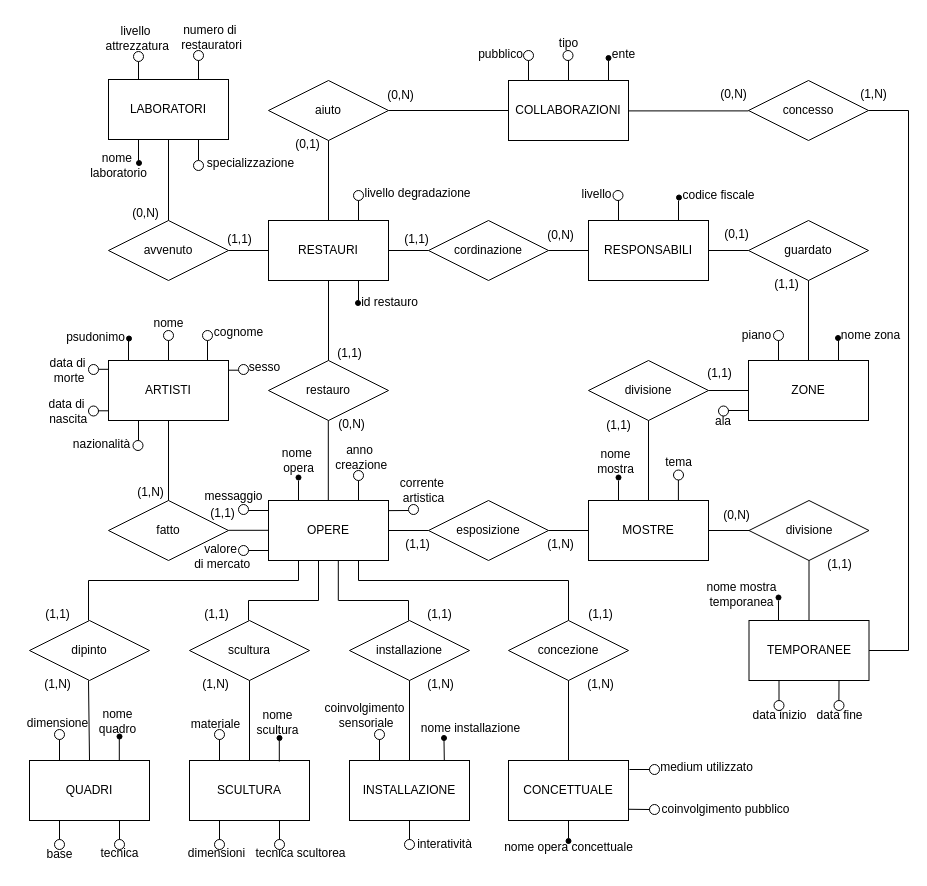
Earlier version of the draw.io diagram doc/museo-ristrutturato.drawio (ColdBerri/Database-Unipd-2025). Source tidied: cells renumbered, new cells numbered last; positions are measured from the earlier drawing's top-left corner, leaving out a move shared by most shapes. Both pictures are drawn from the tidied source at 100%, with x=0, y=0 at pixel (17, 17).
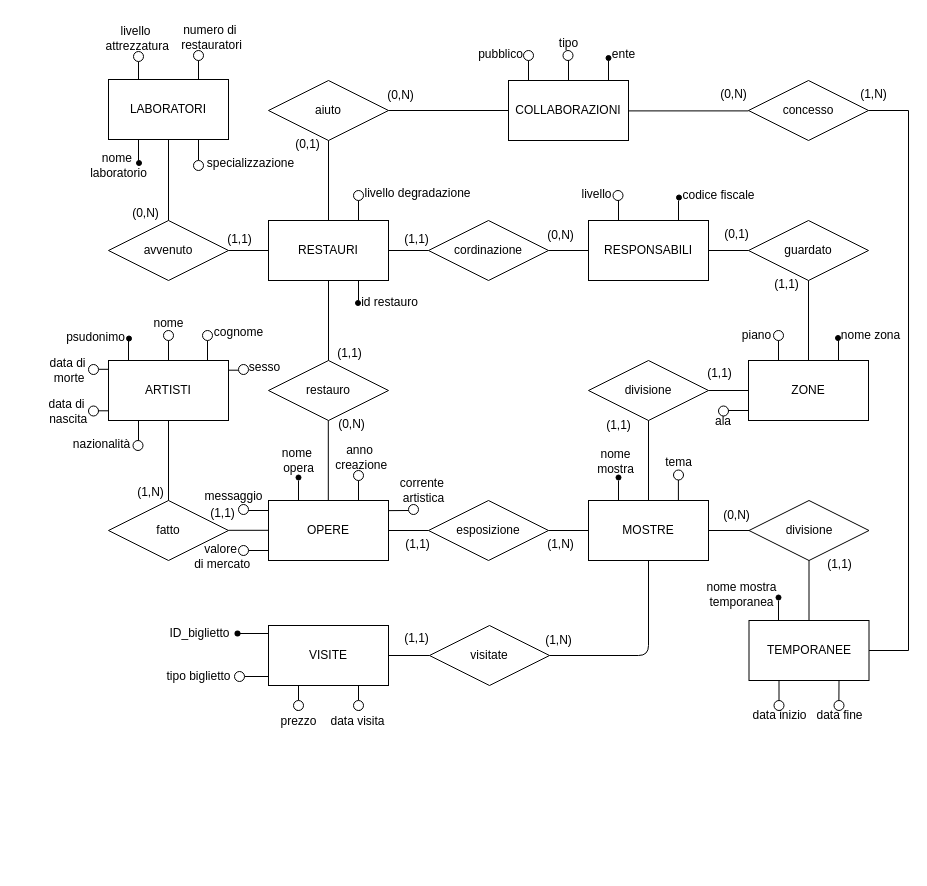
The same page after the edit.

Unchanged cells that the change refers to:
```xml
<mxCell id="18" value="MOSTRE" style="rounded=0;whiteSpace=wrap;html=1;" parent="1" vertex="1">
  <mxGeometry x="571" y="483" width="120" height="60" as="geometry" />
</mxCell>
```

The edit, as a diff of the source:
```diff
@@
-    <mxCell id="5" value="QUADRI" style="rounded=0;whiteSpace=wrap;html=1;" parent="1" vertex="1">
-      <mxGeometry x="12" y="743" width="120" height="60" as="geometry" />
-    </mxCell>
-    <mxCell id="6" value="SCULTURA" style="rounded=0;whiteSpace=wrap;html=1;" parent="1" vertex="1">
-      <mxGeometry x="172" y="743" width="120" height="60" as="geometry" />
-    </mxCell>
-    <mxCell id="7" value="INSTALLAZIONE" style="rounded=0;whiteSpace=wrap;html=1;" parent="1" vertex="1">
-      <mxGeometry x="332" y="743" width="120" height="60" as="geometry" />
-    </mxCell>
-    <mxCell id="8" value="CONCETTUALE" style="rounded=0;whiteSpace=wrap;html=1;" parent="1" vertex="1">
-      <mxGeometry x="491" y="743" width="120" height="60" as="geometry" />
-    </mxCell>
@@
-    <mxCell id="72" value="base" style="text;html=1;align=center;verticalAlign=middle;strokeColor=none;fillColor=none;" parent="1" vertex="1">
-      <mxGeometry x="17" y="822" width="50" height="30" as="geometry" />
-    </mxCell>
-    <mxCell id="73" value="dimensione" style="text;html=1;align=center;verticalAlign=middle;strokeColor=none;fillColor=none;" parent="1" vertex="1">
-      <mxGeometry y="691" width="80" height="30" as="geometry" />
-    </mxCell>
-    <mxCell id="74" value="tecnica" style="text;html=1;align=center;verticalAlign=middle;strokeColor=none;fillColor=none;" parent="1" vertex="1">
-      <mxGeometry x="72" y="821" width="60" height="30" as="geometry" />
-    </mxCell>
-    <mxCell id="75" value="dimensioni" style="text;html=1;align=center;verticalAlign=middle;strokeColor=none;fillColor=none;" parent="1" vertex="1">
-      <mxGeometry x="159" y="821" width="80" height="30" as="geometry" />
-    </mxCell>
-    <mxCell id="76" value="materiale" style="text;html=1;align=center;verticalAlign=middle;strokeColor=none;fillColor=none;" parent="1" vertex="1">
-      <mxGeometry x="163" y="692" width="70" height="30" as="geometry" />
-    </mxCell>
-    <mxCell id="77" value="tecnica scultorea" style="text;html=1;align=center;verticalAlign=middle;strokeColor=none;fillColor=none;" parent="1" vertex="1">
-      <mxGeometry x="228" y="821" width="110" height="30" as="geometry" />
-    </mxCell>
-    <mxCell id="78" value="coinvolgimento&lt;div&gt;&amp;nbsp;sensoriale&lt;/div&gt;" style="text;html=1;align=center;verticalAlign=middle;strokeColor=none;fillColor=none;" parent="1" vertex="1">
-      <mxGeometry x="297" y="678" width="100" height="40" as="geometry" />
-    </mxCell>
-    <mxCell id="79" value="interatività" style="text;html=1;align=center;verticalAlign=middle;strokeColor=none;fillColor=none;" parent="1" vertex="1">
-      <mxGeometry x="387" y="812" width="80" height="30" as="geometry" />
-    </mxCell>
-    <mxCell id="80" value="medium utilizzato" style="text;html=1;align=center;verticalAlign=middle;strokeColor=none;fillColor=none;" parent="1" vertex="1">
-      <mxGeometry x="629" y="735" width="120" height="30" as="geometry" />
-    </mxCell>
-    <mxCell id="81" value="coinvolgimento pubblico" style="text;html=1;align=center;verticalAlign=middle;strokeColor=none;fillColor=none;" parent="1" vertex="1">
-      <mxGeometry x="633" y="777" width="150" height="30" as="geometry" />
-    </mxCell>
-    <mxCell id="82" style="ellipse;whiteSpace=wrap;html=1;" parent="1" vertex="1">
-      <mxGeometry x="632" y="787" width="10" height="10" as="geometry" />
-    </mxCell>
-    <mxCell id="83" style="ellipse;whiteSpace=wrap;html=1;" parent="1" vertex="1">
-      <mxGeometry x="632" y="747" width="10" height="10" as="geometry" />
-    </mxCell>
-    <mxCell id="84" style="endArrow=none;html=1;rounded=0;entryX=0;entryY=0.5;entryDx=0;entryDy=0;" parent="1" edge="1" target="83">
-      <mxGeometry relative="1" as="geometry">
-        <mxPoint x="612" y="752" as="sourcePoint" />
-      </mxGeometry>
-    </mxCell>
-    <mxCell id="85" style="endArrow=none;html=1;rounded=0;exitX=1.003;exitY=0.813;exitDx=0;exitDy=0;exitPerimeter=0;entryX=0;entryY=0.5;entryDx=0;entryDy=0;" parent="1" edge="1" source="8" target="82">
-      <mxGeometry relative="1" as="geometry" />
-    </mxCell>
-    <mxCell id="86" style="ellipse;whiteSpace=wrap;html=1;" parent="1" vertex="1">
-      <mxGeometry x="357" y="712" width="10" height="10" as="geometry" />
-    </mxCell>
-    <mxCell id="87" style="ellipse;whiteSpace=wrap;html=1;" parent="1" vertex="1">
-      <mxGeometry x="387" y="822" width="10" height="10" as="geometry" />
-    </mxCell>
-    <mxCell id="88" style="endArrow=none;html=1;rounded=0;entryX=0.5;entryY=1;entryDx=0;entryDy=0;exitX=0.25;exitY=0;exitDx=0;exitDy=0;" parent="1" edge="1" source="7" target="86">
-      <mxGeometry relative="1" as="geometry" />
-    </mxCell>
-    <mxCell id="89" style="endArrow=none;html=1;rounded=0;entryX=0.5;entryY=1;entryDx=0;entryDy=0;exitX=0.5;exitY=0;exitDx=0;exitDy=0;" parent="1" edge="1" source="87" target="7">
-      <mxGeometry relative="1" as="geometry" />
-    </mxCell>
-    <mxCell id="90" style="ellipse;whiteSpace=wrap;html=1;" parent="1" vertex="1">
-      <mxGeometry x="257" y="822" width="10" height="10" as="geometry" />
-    </mxCell>
-    <mxCell id="91" style="ellipse;whiteSpace=wrap;html=1;" parent="1" vertex="1">
-      <mxGeometry x="197" y="822" width="10" height="10" as="geometry" />
-    </mxCell>
-    <mxCell id="92" style="ellipse;whiteSpace=wrap;html=1;" parent="1" vertex="1">
-      <mxGeometry x="197" y="712" width="10" height="10" as="geometry" />
-    </mxCell>
-    <mxCell id="93" style="endArrow=none;html=1;rounded=0;entryX=0.25;entryY=0;entryDx=0;entryDy=0;exitX=0.5;exitY=1;exitDx=0;exitDy=0;" parent="1" edge="1" source="92" target="6">
-      <mxGeometry relative="1" as="geometry" />
-    </mxCell>
-    <mxCell id="94" style="endArrow=none;html=1;rounded=0;entryX=0.25;entryY=1;entryDx=0;entryDy=0;" parent="1" edge="1" target="6">
-      <mxGeometry relative="1" as="geometry">
-        <mxPoint x="202" y="822" as="sourcePoint" />
-      </mxGeometry>
-    </mxCell>
-    <mxCell id="95" style="endArrow=none;html=1;rounded=0;entryX=0.75;entryY=1;entryDx=0;entryDy=0;" parent="1" edge="1" target="6">
-      <mxGeometry relative="1" as="geometry">
-        <mxPoint x="262" y="822" as="sourcePoint" />
-      </mxGeometry>
-    </mxCell>
-    <mxCell id="96" style="endArrow=none;html=1;rounded=0;entryX=0.25;entryY=1;entryDx=0;entryDy=0;" parent="1" edge="1" target="5">
-      <mxGeometry relative="1" as="geometry">
-        <mxPoint x="42" y="822" as="sourcePoint" />
-      </mxGeometry>
-    </mxCell>
-    <mxCell id="97" style="endArrow=none;html=1;rounded=0;entryX=0.75;entryY=1;entryDx=0;entryDy=0;" parent="1" edge="1" target="5">
-      <mxGeometry relative="1" as="geometry">
-        <mxPoint x="102" y="822" as="sourcePoint" />
-      </mxGeometry>
-    </mxCell>
-    <mxCell id="98" style="endArrow=none;html=1;rounded=0;exitX=0.25;exitY=0;exitDx=0;exitDy=0;" parent="1" edge="1" source="5">
-      <mxGeometry relative="1" as="geometry">
-        <mxPoint x="42" y="722" as="targetPoint" />
-      </mxGeometry>
-    </mxCell>
-    <mxCell id="99" style="ellipse;whiteSpace=wrap;html=1;" parent="1" vertex="1">
-      <mxGeometry x="97" y="822" width="10" height="10" as="geometry" />
-    </mxCell>
-    <mxCell id="100" style="ellipse;whiteSpace=wrap;html=1;" parent="1" vertex="1">
-      <mxGeometry x="37" y="822" width="10" height="10" as="geometry" />
-    </mxCell>
-    <mxCell id="101" style="ellipse;whiteSpace=wrap;html=1;" parent="1" vertex="1">
-      <mxGeometry x="37" y="712" width="10" height="10" as="geometry" />
-    </mxCell>
@@
-    <mxCell id="180" style="endArrow=none;html=1;rounded=0;" parent="1" edge="1">
-      <mxGeometry relative="1" as="geometry">
-        <mxPoint x="281" y="563" as="sourcePoint" />
-        <mxPoint x="281" y="543" as="targetPoint" />
-      </mxGeometry>
-    </mxCell>
-    <mxCell id="181" style="endArrow=none;html=1;rounded=0;" parent="1" edge="1">
-      <mxGeometry relative="1" as="geometry">
-        <mxPoint x="301" y="583" as="sourcePoint" />
-        <mxPoint x="301" y="543" as="targetPoint" />
-      </mxGeometry>
-    </mxCell>
-    <mxCell id="182" style="endArrow=none;html=1;rounded=0;" parent="1" edge="1">
-      <mxGeometry relative="1" as="geometry">
-        <mxPoint x="341" y="563" as="sourcePoint" />
-        <mxPoint x="341" y="543" as="targetPoint" />
-      </mxGeometry>
-    </mxCell>
-    <mxCell id="183" value="dipinto" style="shape=rhombus;perimeter=rhombusPerimeter;whiteSpace=wrap;html=1;align=center;" parent="1" vertex="1">
-      <mxGeometry x="12" y="603" width="120" height="60" as="geometry" />
-    </mxCell>
-    <mxCell id="184" value="scultura" style="shape=rhombus;perimeter=rhombusPerimeter;whiteSpace=wrap;html=1;align=center;" parent="1" vertex="1">
-      <mxGeometry x="172" y="603" width="120" height="60" as="geometry" />
-    </mxCell>
-    <mxCell id="185" value="installazione" style="shape=rhombus;perimeter=rhombusPerimeter;whiteSpace=wrap;html=1;align=center;" parent="1" vertex="1">
-      <mxGeometry x="332" y="603" width="120" height="60" as="geometry" />
-    </mxCell>
-    <mxCell id="186" value="concezione" style="shape=rhombus;perimeter=rhombusPerimeter;whiteSpace=wrap;html=1;align=center;" parent="1" vertex="1">
-      <mxGeometry x="491" y="603" width="120" height="60" as="geometry" />
-    </mxCell>
-    <mxCell id="187" style="endArrow=none;html=1;rounded=0;" parent="1" edge="1">
-      <mxGeometry relative="1" as="geometry">
-        <mxPoint x="320.8" y="583" as="sourcePoint" />
-        <mxPoint x="320.8" y="543" as="targetPoint" />
-      </mxGeometry>
-    </mxCell>
-    <mxCell id="188" style="endArrow=none;html=1;rounded=0;" parent="1" edge="1">
-      <mxGeometry relative="1" as="geometry">
-        <mxPoint x="71" y="603" as="sourcePoint" />
-        <mxPoint x="71" y="563" as="targetPoint" />
-      </mxGeometry>
-    </mxCell>
-    <mxCell id="189" style="endArrow=none;html=1;rounded=0;" parent="1" edge="1">
-      <mxGeometry relative="1" as="geometry">
-        <mxPoint x="71" y="563" as="sourcePoint" />
-        <mxPoint x="281" y="563" as="targetPoint" />
-      </mxGeometry>
-    </mxCell>
-    <mxCell id="190" style="endArrow=none;html=1;rounded=0;" parent="1" edge="1">
-      <mxGeometry relative="1" as="geometry">
-        <mxPoint x="231" y="603" as="sourcePoint" />
-        <mxPoint x="231" y="583" as="targetPoint" />
-      </mxGeometry>
-    </mxCell>
-    <mxCell id="191" style="endArrow=none;html=1;rounded=0;" parent="1" edge="1">
-      <mxGeometry relative="1" as="geometry">
-        <mxPoint x="231" y="583" as="sourcePoint" />
-        <mxPoint x="301" y="583" as="targetPoint" />
-      </mxGeometry>
-    </mxCell>
-    <mxCell id="192" style="endArrow=none;html=1;rounded=0;" parent="1" edge="1">
-      <mxGeometry relative="1" as="geometry">
-        <mxPoint x="321" y="583" as="sourcePoint" />
-        <mxPoint x="391" y="583" as="targetPoint" />
-      </mxGeometry>
-    </mxCell>
-    <mxCell id="193" style="endArrow=none;html=1;rounded=0;" parent="1" edge="1">
-      <mxGeometry relative="1" as="geometry">
-        <mxPoint x="391" y="603" as="sourcePoint" />
-        <mxPoint x="391" y="583" as="targetPoint" />
-      </mxGeometry>
-    </mxCell>
-    <mxCell id="194" style="endArrow=none;html=1;rounded=0;" parent="1" edge="1">
-      <mxGeometry relative="1" as="geometry">
-        <mxPoint x="551" y="603" as="sourcePoint" />
-        <mxPoint x="551" y="563" as="targetPoint" />
-      </mxGeometry>
-    </mxCell>
-    <mxCell id="195" style="endArrow=none;html=1;rounded=0;" parent="1" edge="1">
-      <mxGeometry relative="1" as="geometry">
-        <mxPoint x="341" y="563" as="sourcePoint" />
-        <mxPoint x="551" y="563" as="targetPoint" />
-      </mxGeometry>
-    </mxCell>
-    <mxCell id="196" style="endArrow=none;html=1;rounded=0;exitX=0.5;exitY=0;exitDx=0;exitDy=0;" parent="1" edge="1" source="5">
-      <mxGeometry relative="1" as="geometry">
-        <mxPoint x="71" y="663" as="targetPoint" />
-      </mxGeometry>
-    </mxCell>
-    <mxCell id="197" style="endArrow=none;html=1;rounded=0;entryX=0.5;entryY=1;entryDx=0;entryDy=0;exitX=0.5;exitY=0;exitDx=0;exitDy=0;" parent="1" edge="1" source="6" target="184">
-      <mxGeometry relative="1" as="geometry" />
-    </mxCell>
-    <mxCell id="198" style="endArrow=none;html=1;rounded=0;entryX=0.5;entryY=1;entryDx=0;entryDy=0;exitX=0.5;exitY=0;exitDx=0;exitDy=0;" parent="1" edge="1" source="7" target="185">
-      <mxGeometry relative="1" as="geometry" />
-    </mxCell>
-    <mxCell id="199" style="endArrow=none;html=1;rounded=0;entryX=0.5;entryY=1;entryDx=0;entryDy=0;exitX=0.5;exitY=0;exitDx=0;exitDy=0;" parent="1" edge="1" source="8" target="186">
-      <mxGeometry relative="1" as="geometry" />
-    </mxCell>
@@
-    <mxCell id="209" style="endArrow=none;html=1;rounded=0;entryX=0.5;entryY=1;entryDx=0;entryDy=0;" parent="1" edge="1" source="211" target="8">
-      <mxGeometry relative="1" as="geometry" />
-    </mxCell>
-    <mxCell id="210" style="endArrow=none;html=1;rounded=0;entryX=0.5;entryY=1;entryDx=0;entryDy=0;" parent="1" edge="1" target="211">
-      <mxGeometry relative="1" as="geometry">
-        <mxPoint x="551" y="823" as="sourcePoint" />
-      </mxGeometry>
-    </mxCell>
-    <mxCell id="211" style="ellipse;whiteSpace=wrap;html=1;fillColor=#000000;" parent="1" vertex="1">
-      <mxGeometry x="548.5" y="821" width="5" height="5" as="geometry" />
-    </mxCell>
-    <mxCell id="212" value="nome opera concettuale" style="text;html=1;align=center;verticalAlign=middle;strokeColor=none;fillColor=none;" parent="1" vertex="1">
-      <mxGeometry x="475.5" y="815" width="150" height="30" as="geometry" />
-    </mxCell>
-    <mxCell id="213" style="endArrow=none;html=1;rounded=0;entryX=0.5;entryY=1;entryDx=0;entryDy=0;exitX=0.25;exitY=0;exitDx=0;exitDy=0;" parent="1" edge="1" source="215">
-      <mxGeometry relative="1" as="geometry">
-        <mxPoint x="426.8" y="722" as="targetPoint" />
-      </mxGeometry>
-    </mxCell>
-    <mxCell id="214" style="endArrow=none;html=1;rounded=0;entryX=0.5;entryY=1;entryDx=0;entryDy=0;exitX=0.25;exitY=0;exitDx=0;exitDy=0;" parent="1" edge="1" target="215">
-      <mxGeometry relative="1" as="geometry">
-        <mxPoint x="426.8" y="743" as="sourcePoint" />
-      </mxGeometry>
-    </mxCell>
-    <mxCell id="215" style="ellipse;whiteSpace=wrap;html=1;fillColor=#000000;" parent="1" vertex="1">
-      <mxGeometry x="424" y="718" width="5" height="5" as="geometry" />
-    </mxCell>
-    <mxCell id="216" value="nome installazione" style="text;html=1;align=center;verticalAlign=middle;strokeColor=none;fillColor=none;" parent="1" vertex="1">
-      <mxGeometry x="393" y="696" width="120" height="30" as="geometry" />
-    </mxCell>
-    <mxCell id="217" style="endArrow=none;html=1;rounded=0;entryX=0.25;entryY=0;entryDx=0;entryDy=0;exitX=0.5;exitY=1;exitDx=0;exitDy=0;" parent="1" edge="1">
-      <mxGeometry relative="1" as="geometry">
-        <mxPoint x="261.8" y="723" as="sourcePoint" />
-        <mxPoint x="261.8" y="744" as="targetPoint" />
-      </mxGeometry>
-    </mxCell>
-    <mxCell id="218" style="ellipse;whiteSpace=wrap;html=1;fillColor=#000000;" parent="1" vertex="1">
-      <mxGeometry x="259.5" y="718" width="5" height="5" as="geometry" />
-    </mxCell>
-    <mxCell id="219" value="nome&lt;div&gt;scultura&lt;/div&gt;" style="text;html=1;align=center;verticalAlign=middle;strokeColor=none;fillColor=none;" parent="1" vertex="1">
-      <mxGeometry x="225" y="685" width="70" height="40" as="geometry" />
-    </mxCell>
-    <mxCell id="220" style="endArrow=none;html=1;rounded=0;entryX=0.25;entryY=0;entryDx=0;entryDy=0;exitX=0.5;exitY=1;exitDx=0;exitDy=0;" parent="1" edge="1">
-      <mxGeometry relative="1" as="geometry">
-        <mxPoint x="101.8" y="721.5" as="sourcePoint" />
-        <mxPoint x="101.8" y="742.5" as="targetPoint" />
-      </mxGeometry>
-    </mxCell>
-    <mxCell id="221" style="ellipse;whiteSpace=wrap;html=1;fillColor=#000000;" parent="1" vertex="1">
-      <mxGeometry x="99.5" y="716.5" width="5" height="5" as="geometry" />
-    </mxCell>
-    <mxCell id="222" value="nome&lt;div&gt;quadro&lt;/div&gt;" style="text;html=1;align=center;verticalAlign=middle;strokeColor=none;fillColor=none;" parent="1" vertex="1">
-      <mxGeometry x="70" y="683.5" width="60" height="40" as="geometry" />
-    </mxCell>
-    <mxCell id="223" value="(1,1)" style="text;html=1;align=center;verticalAlign=middle;strokeColor=none;fillColor=none;" parent="1" vertex="1">
-      <mxGeometry x="558" y="581.5" width="50" height="30" as="geometry" />
-    </mxCell>
-    <mxCell id="224" value="(1,1)" style="text;html=1;align=center;verticalAlign=middle;strokeColor=none;fillColor=none;" parent="1" vertex="1">
-      <mxGeometry x="397" y="581.5" width="50" height="30" as="geometry" />
-    </mxCell>
-    <mxCell id="225" value="(1,1)" style="text;html=1;align=center;verticalAlign=middle;strokeColor=none;fillColor=none;" parent="1" vertex="1">
-      <mxGeometry x="174" y="581.5" width="50" height="30" as="geometry" />
-    </mxCell>
-    <mxCell id="226" value="(1,1)" style="text;html=1;align=center;verticalAlign=middle;strokeColor=none;fillColor=none;" parent="1" vertex="1">
-      <mxGeometry x="15" y="581.5" width="50" height="30" as="geometry" />
-    </mxCell>
-    <mxCell id="227" value="(1,N)" style="text;html=1;align=center;verticalAlign=middle;strokeColor=none;fillColor=none;" parent="1" vertex="1">
-      <mxGeometry x="558" y="652" width="50" height="30" as="geometry" />
-    </mxCell>
-    <mxCell id="228" value="(1,N)" style="text;html=1;align=center;verticalAlign=middle;strokeColor=none;fillColor=none;" parent="1" vertex="1">
-      <mxGeometry x="398" y="652" width="50" height="30" as="geometry" />
-    </mxCell>
-    <mxCell id="229" value="(1,N)" style="text;html=1;align=center;verticalAlign=middle;strokeColor=none;fillColor=none;" parent="1" vertex="1">
-      <mxGeometry x="173" y="652" width="50" height="30" as="geometry" />
-    </mxCell>
-    <mxCell id="230" value="(1,N)" style="text;html=1;align=center;verticalAlign=middle;strokeColor=none;fillColor=none;" parent="1" vertex="1">
-      <mxGeometry x="15" y="652" width="50" height="30" as="geometry" />
-    </mxCell>
@@
+    <mxCell id="233" value="visitate" style="shape=rhombus;perimeter=rhombusPerimeter;whiteSpace=wrap;html=1;align=center;" parent="1" vertex="1">
+      <mxGeometry x="412" y="608" width="120" height="60" as="geometry" />
+    </mxCell>
+    <mxCell id="234" value="VISITE" style="rounded=0;whiteSpace=wrap;html=1;" parent="1" vertex="1">
+      <mxGeometry x="251" y="608" width="120" height="60" as="geometry" />
+    </mxCell>
+    <mxCell id="235" style="endArrow=none;html=1;entryX=0;entryY=0.5;entryDx=0;entryDy=0;exitX=1;exitY=0.5;exitDx=0;exitDy=0;" parent="1" edge="1" source="234" target="233">
+      <mxGeometry relative="1" as="geometry" />
+    </mxCell>
+    <mxCell id="236" style="endArrow=none;html=1;entryX=0;entryY=0;entryDx=0;entryDy=0;startArrow=none;" parent="1" edge="1" source="238">
+      <mxGeometry relative="1" as="geometry">
+        <mxPoint x="251" y="616" as="targetPoint" />
+      </mxGeometry>
+    </mxCell>
+    <mxCell id="237" style="endArrow=none;html=1;entryDx=0;entryDy=0;" parent="1" edge="1" target="238">
+      <mxGeometry relative="1" as="geometry">
+        <mxPoint x="221" y="616" as="sourcePoint" />
+      </mxGeometry>
+    </mxCell>
+    <mxCell id="238" style="shape=waypoint;sketch=0;fillStyle=solid;size=6;points=[];fillColor=none;perimeter=centerPerimeter;snapToPoint=1;" parent="1" vertex="1">
+      <mxGeometry x="210" y="606" width="20" height="20" as="geometry" />
+    </mxCell>
+    <mxCell id="239" value="ID_biglietto" style="text;html=1;align=center;verticalAlign=middle;strokeColor=none;fillColor=none;" parent="1" vertex="1">
+      <mxGeometry x="142" y="601" width="80" height="30" as="geometry" />
+    </mxCell>
+    <mxCell id="240" style="endArrow=none;html=1;entryX=0;entryY=1;entryDx=0;entryDy=0;startArrow=none;" parent="1" edge="1" source="241">
+      <mxGeometry relative="1" as="geometry">
+        <mxPoint x="251" y="659" as="targetPoint" />
+      </mxGeometry>
+    </mxCell>
+    <mxCell id="241" style="ellipse;whiteSpace=wrap;html=1;" parent="1" vertex="1">
+      <mxGeometry x="217" y="654" width="10" height="10" as="geometry" />
+    </mxCell>
+    <mxCell id="242" value="tipo biglietto" style="text;html=1;align=center;verticalAlign=middle;strokeColor=none;fillColor=none;" parent="1" vertex="1">
+      <mxGeometry x="136" y="644" width="90" height="30" as="geometry" />
+    </mxCell>
+    <mxCell id="243" style="endArrow=none;html=1;entryX=0.25;entryY=1;entryDx=0;entryDy=0;startArrow=none;" parent="1" edge="1" source="245" target="234">
+      <mxGeometry relative="1" as="geometry" />
+    </mxCell>
+    <mxCell id="244" style="endArrow=none;html=1;entryX=0.25;entryY=1;entryDx=0;entryDy=0;" parent="1" edge="1" target="245">
+      <mxGeometry relative="1" as="geometry">
+        <mxPoint x="281" y="693" as="sourcePoint" />
+      </mxGeometry>
+    </mxCell>
+    <mxCell id="245" style="ellipse;whiteSpace=wrap;html=1;" parent="1" vertex="1">
+      <mxGeometry x="276" y="683" width="10" height="10" as="geometry" />
+    </mxCell>
+    <mxCell id="246" value="prezzo" style="text;html=1;align=center;verticalAlign=middle;strokeColor=none;fillColor=none;" parent="1" vertex="1">
+      <mxGeometry x="251" y="689" width="60" height="30" as="geometry" />
+    </mxCell>
+    <mxCell id="247" style="endArrow=none;html=1;entryX=0.75;entryY=1;entryDx=0;entryDy=0;startArrow=none;" parent="1" edge="1" source="249" target="234">
+      <mxGeometry relative="1" as="geometry" />
+    </mxCell>
+    <mxCell id="248" style="endArrow=none;html=1;entryX=0.75;entryY=1;entryDx=0;entryDy=0;" parent="1" edge="1" target="249">
+      <mxGeometry relative="1" as="geometry">
+        <mxPoint x="341" y="693" as="sourcePoint" />
+      </mxGeometry>
+    </mxCell>
+    <mxCell id="249" style="ellipse;whiteSpace=wrap;html=1;" parent="1" vertex="1">
+      <mxGeometry x="336" y="683" width="10" height="10" as="geometry" />
+    </mxCell>
+    <mxCell id="250" value="data visita" style="text;html=1;align=center;verticalAlign=middle;strokeColor=none;fillColor=none;" parent="1" vertex="1">
+      <mxGeometry x="300" y="689" width="80" height="30" as="geometry" />
+    </mxCell>
+    <mxCell id="251" style="endArrow=none;html=1;entryX=0.5;entryY=1;entryDx=0;entryDy=0;exitX=1;exitY=0.5;exitDx=0;exitDy=0;" parent="1" edge="1" source="233" target="18">
+      <mxGeometry relative="1" as="geometry">
+        <Array as="points">
+          <mxPoint x="631" y="638" />
+        </Array>
+      </mxGeometry>
+    </mxCell>
+    <mxCell id="252" value="(1,1)" style="text;html=1;align=center;verticalAlign=middle;strokeColor=none;fillColor=none;" parent="1" vertex="1">
+      <mxGeometry x="374" y="606" width="50" height="30" as="geometry" />
+    </mxCell>
+    <mxCell id="253" value="(1,N)" style="text;html=1;align=center;verticalAlign=middle;strokeColor=none;fillColor=none;" parent="1" vertex="1">
+      <mxGeometry x="516" y="608" width="50" height="30" as="geometry" />
+    </mxCell>
```
